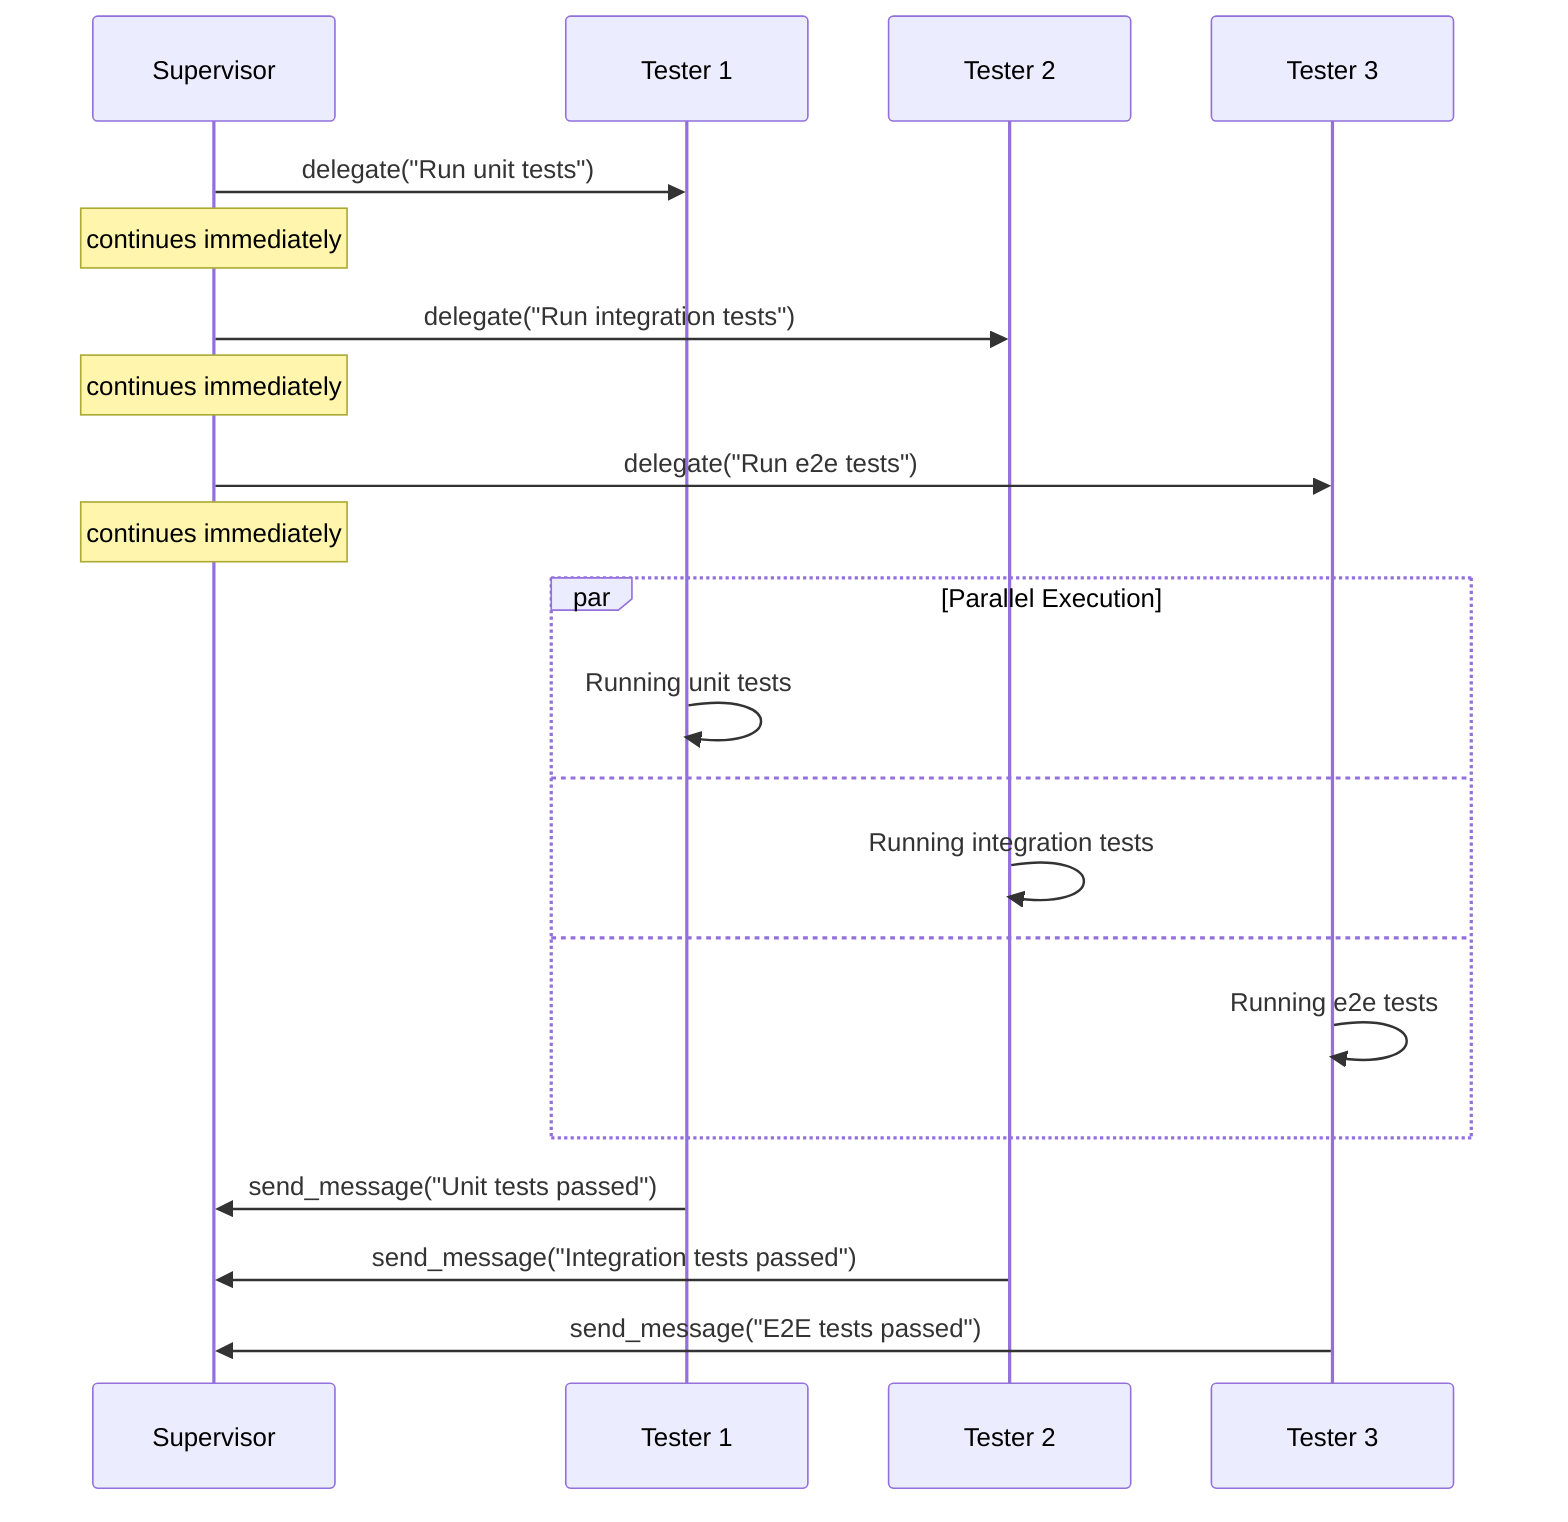
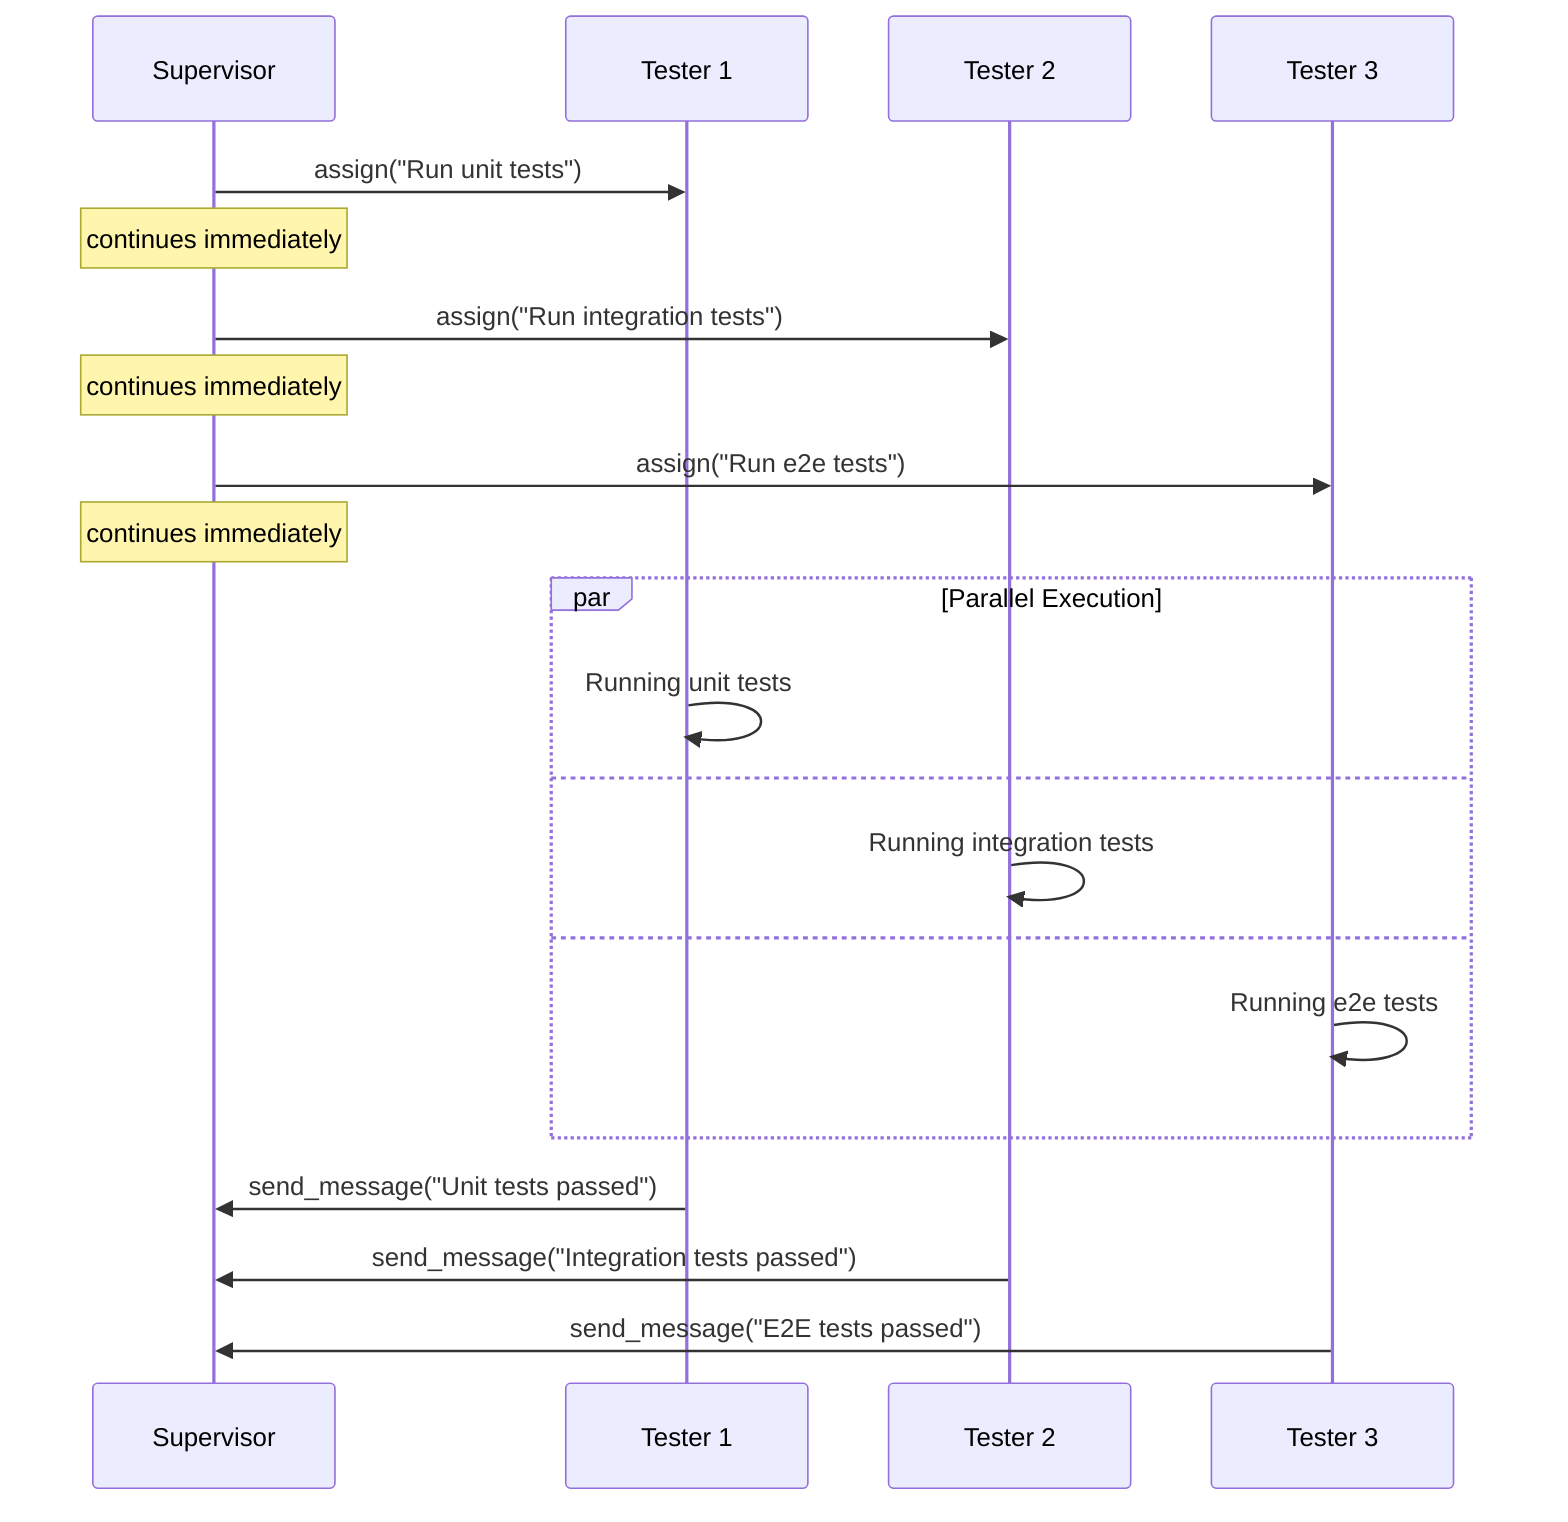
sequenceDiagram
    participant S as Supervisor
    participant T1 as Tester 1
    participant T2 as Tester 2
    participant T3 as Tester 3

-     S->>T1: delegate("Run unit tests")
+     S->>T1: assign("Run unit tests")
    Note over S: continues immediately
-     S->>T2: delegate("Run integration tests")
+     S->>T2: assign("Run integration tests")
    Note over S: continues immediately
-     S->>T3: delegate("Run e2e tests")
+     S->>T3: assign("Run e2e tests")
    Note over S: continues immediately

    par Parallel Execution
        T1->>T1: Running unit tests
    and
        T2->>T2: Running integration tests
    and
        T3->>T3: Running e2e tests
    end

    T1->>S: send_message("Unit tests passed")
    T2->>S: send_message("Integration tests passed")
    T3->>S: send_message("E2E tests passed")
